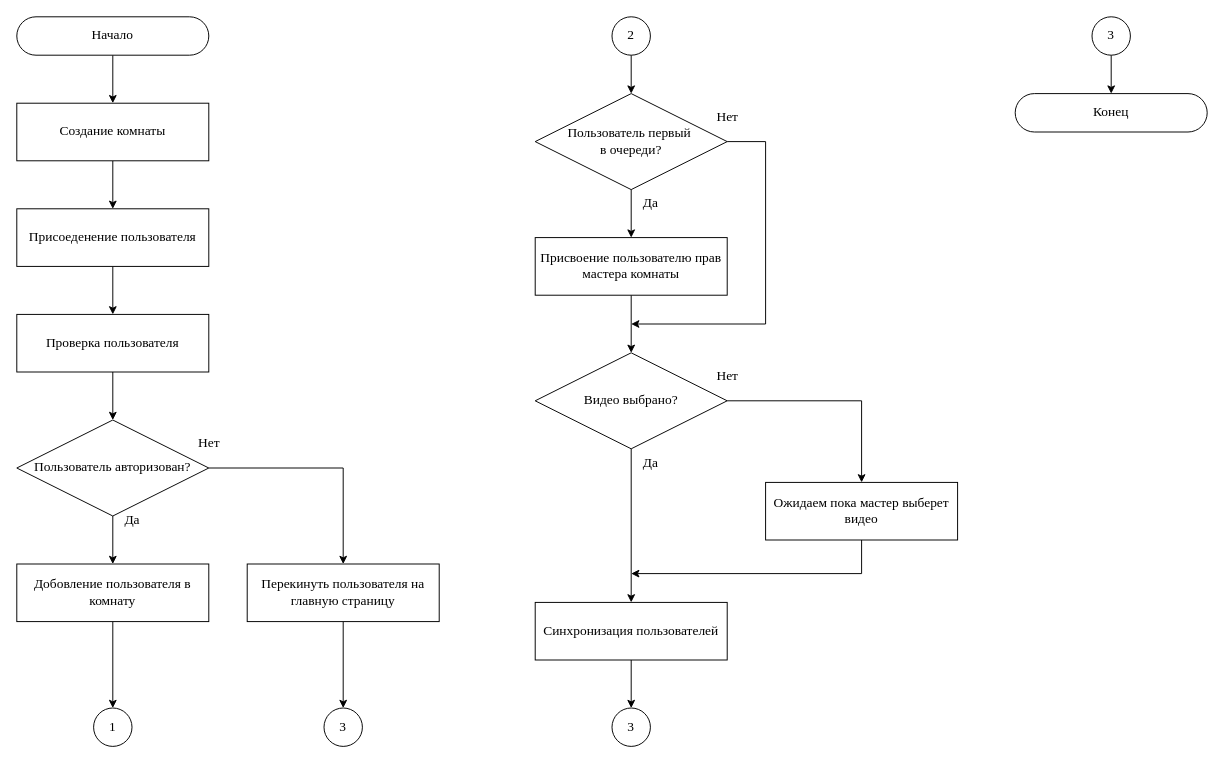
The draw.io diagram WatchTogeather.drawio in DioMain/BYTUBE, before the edit. Source tidied: cells renumbered, new cells numbered last; positions are measured from the earlier drawing's top-left corner, leaving out a move shared by most shapes. Both pictures are drawn from the tidied source at 96%, with x=0, y=0 at pixel (16, 16).
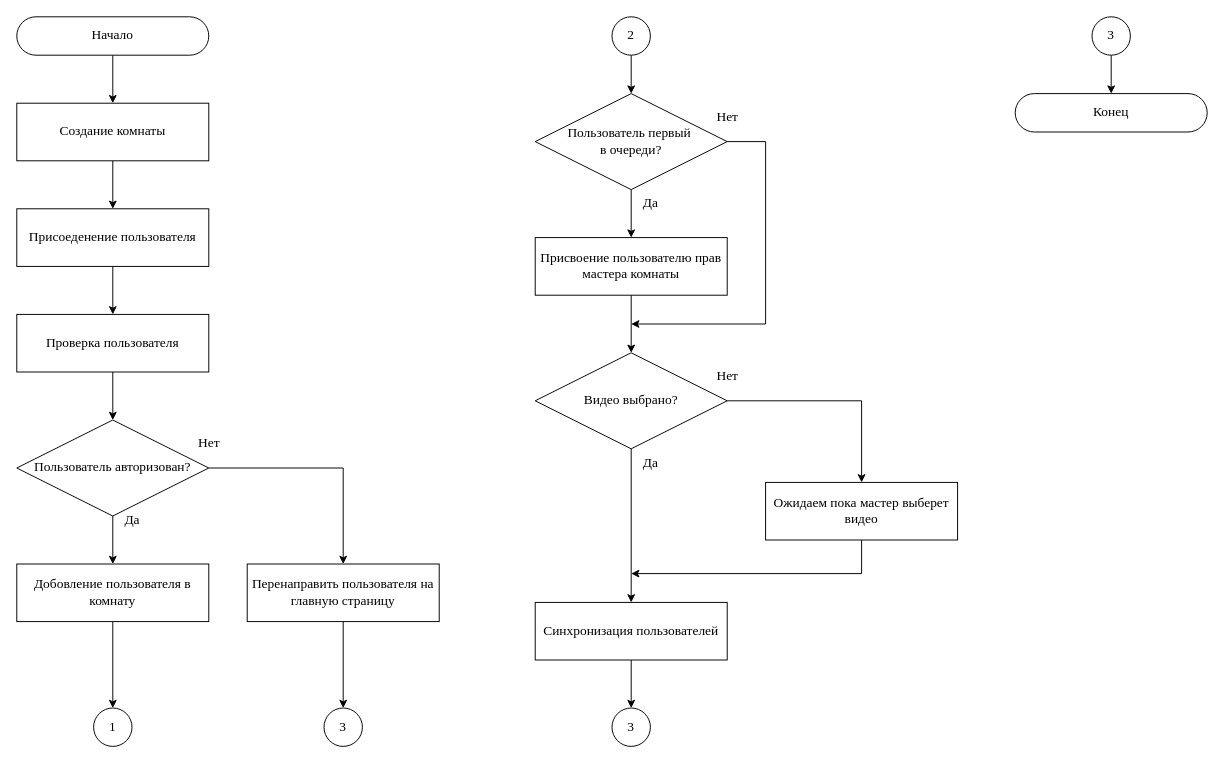
Above is the later version.

Change to the diagram source:
```diff
@@
-    <mxCell id="18" value="Перекинуть пользователя на главную страницу" style="rounded=0;whiteSpace=wrap;html=1;fontFamily=Times New Roman;fontSize=14;" parent="1" vertex="1">
+    <mxCell id="18" value="Перенаправить пользователя на главную страницу" style="rounded=0;whiteSpace=wrap;html=1;fontFamily=Times New Roman;fontSize=14;" parent="1" vertex="1">
       <mxGeometry x="240" y="570" width="200" height="60" as="geometry" />
     </mxCell>
```
